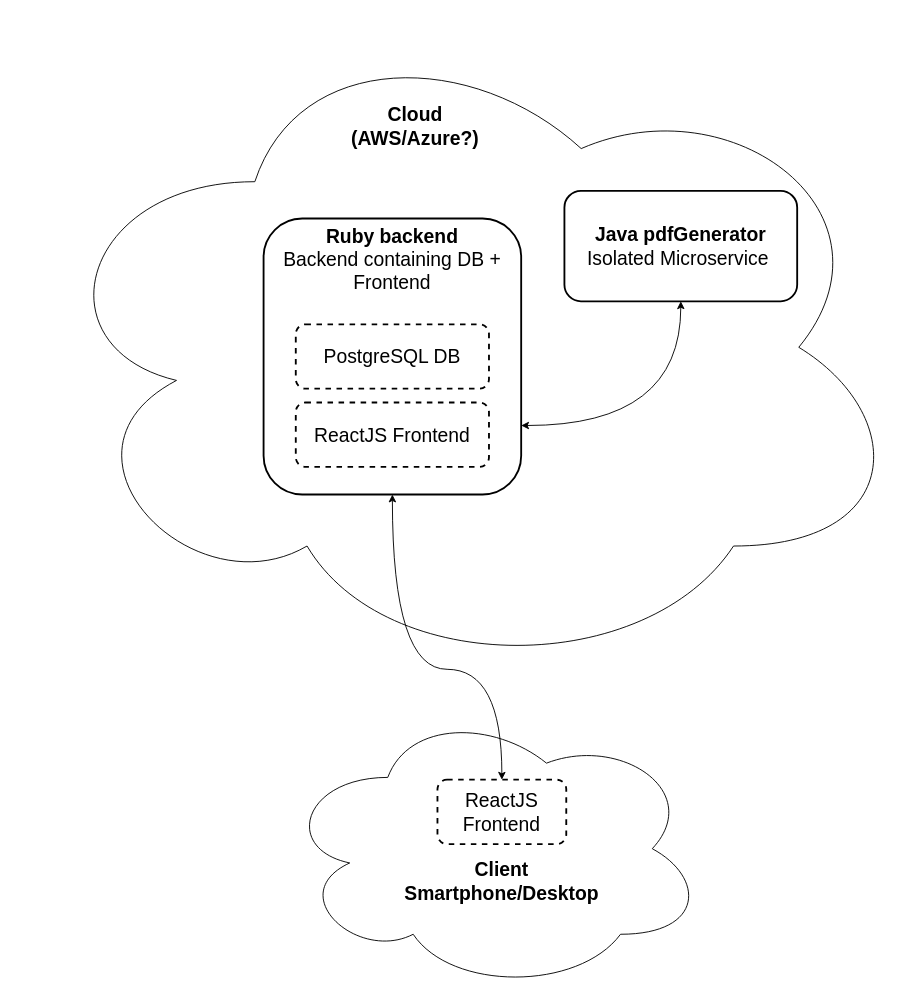
Earlier version of the draw.io diagram Documents/Architecture Design.drawio (UnifiedCalculation/UniCalc_doc). Source tidied: cells renumbered, new cells numbered last; positions are measured from the earlier drawing's top-left corner, leaving out a move shared by most shapes. Both pictures are drawn from the tidied source at 92%, with x=0, y=0 at pixel (37, 16).
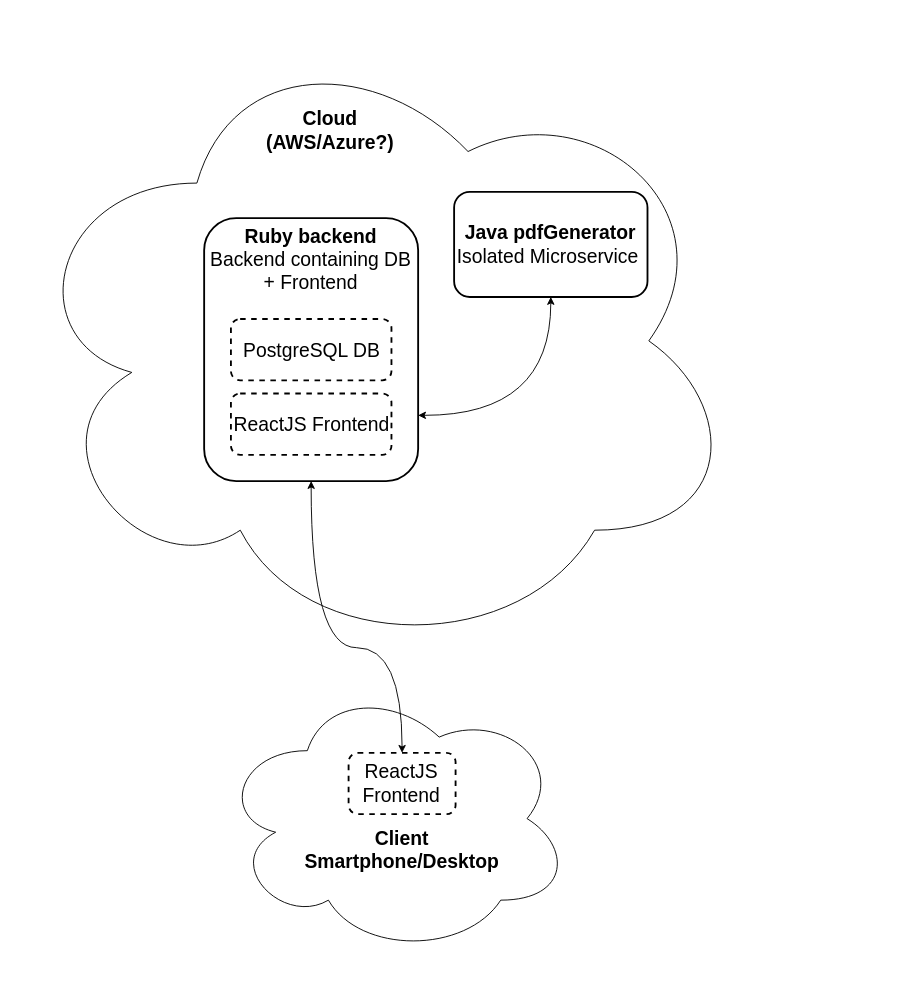
Above is the later version.

The edit, as a diff of the source:
```diff
@@
 <mxGraphModel>
   <root>
     <mxCell id="0" />
     <mxCell id="1" parent="0" />
+    <mxCell id="14" style="group;" parent="1" vertex="1">
+      <mxGeometry x="-23" y="10" width="786" height="1010" as="geometry" />
+    </mxCell>
-    <mxCell id="2" style="ellipse;shape=cloud;whiteSpace=wrap;html=1;" parent="1" vertex="1">
-      <mxGeometry width="946" height="720" as="geometry" />
+    <mxCell id="2" style="ellipse;shape=cloud;whiteSpace=wrap;html=1;" parent="14" vertex="1">
+      <mxGeometry width="786" height="686" as="geometry" />
     </mxCell>
-    <mxCell id="3" value="Cloud (AWS/Azure?)" style="text;html=1;strokeColor=none;fillColor=none;align=center;verticalAlign=middle;whiteSpace=wrap;rounded=0;strokeWidth=2;fontSize=21;fontStyle=1;" parent="1" vertex="1">
-      <mxGeometry x="326" y="110" width="170" height="20" as="geometry" />
+    <mxCell id="3" value="Cloud (AWS/Azure?)" style="text;html=1;strokeColor=none;fillColor=none;align=center;verticalAlign=middle;whiteSpace=wrap;rounded=0;strokeWidth=2;fontSize=21;fontStyle=1;" parent="14" vertex="1">
+      <mxGeometry x="270.9" y="104.8" width="141.2" height="19.1" as="geometry" />
     </mxCell>
-    <mxCell id="4" value="&lt;b&gt;Java&amp;nbsp;&lt;/b&gt;&lt;b&gt;pdfGenerator&lt;/b&gt;&lt;br&gt;Isolated Microservice&amp;nbsp;" style="rounded=1;whiteSpace=wrap;html=1;strokeWidth=2;fontSize=21;" parent="1" vertex="1">
-      <mxGeometry x="573" y="190" width="253" height="120" as="geometry" />
+    <mxCell id="4" value="&lt;b&gt;Java&amp;nbsp;&lt;/b&gt;&lt;b&gt;pdfGenerator&lt;/b&gt;&lt;br&gt;Isolated Microservice&amp;nbsp;" style="rounded=1;whiteSpace=wrap;html=1;strokeWidth=2;fontSize=21;" parent="14" vertex="1">
+      <mxGeometry x="476.1" y="181" width="210.2" height="114.3" as="geometry" />
     </mxCell>
-    <mxCell id="5" style="ellipse;shape=cloud;whiteSpace=wrap;html=1;" parent="1" vertex="1">
-      <mxGeometry x="266" y="750" width="460" height="310" as="geometry" />
+    <mxCell id="5" style="ellipse;shape=cloud;whiteSpace=wrap;html=1;" parent="14" vertex="1">
+      <mxGeometry x="221" y="714.6" width="382.2" height="295.4" as="geometry" />
     </mxCell>
-    <mxCell id="6" value="ReactJS Frontend" style="rounded=1;whiteSpace=wrap;html=1;strokeWidth=2;fontSize=21;align=center;dashed=1;" parent="1" vertex="1">
-      <mxGeometry x="435" y="830" width="140" height="70" as="geometry" />
+    <mxCell id="6" value="ReactJS Frontend" style="rounded=1;whiteSpace=wrap;html=1;strokeWidth=2;fontSize=21;align=center;dashed=1;" parent="14" vertex="1">
+      <mxGeometry x="361.4" y="790.8" width="116.3" height="66.7" as="geometry" />
     </mxCell>
-    <mxCell id="7" value="Client&lt;br&gt;Smartphone/Desktop" style="text;html=1;strokeColor=none;fillColor=none;align=center;verticalAlign=middle;whiteSpace=wrap;rounded=0;strokeWidth=2;fontSize=21;fontStyle=1;" parent="1" vertex="1">
-      <mxGeometry x="420" y="930" width="170" height="20" as="geometry" />
+    <mxCell id="7" value="Client&lt;br&gt;Smartphone/Desktop" style="text;html=1;strokeColor=none;fillColor=none;align=center;verticalAlign=middle;whiteSpace=wrap;rounded=0;strokeWidth=2;fontSize=21;fontStyle=1;" parent="14" vertex="1">
+      <mxGeometry x="349" y="886.1" width="141.2" height="19.1" as="geometry" />
     </mxCell>
-    <mxCell id="8" style="endArrow=classic;startArrow=classic;html=1;fontSize=21;exitX=0.5;exitY=0;exitDx=0;exitDy=0;entryX=0.5;entryY=1;entryDx=0;entryDy=0;edgeStyle=orthogonalEdgeStyle;curved=1;" parent="1" edge="1" source="6" target="11">
+    <mxCell id="8" style="endArrow=classic;startArrow=classic;html=1;fontSize=21;exitX=0.5;exitY=0;exitDx=0;exitDy=0;entryX=0.5;entryY=1;entryDx=0;entryDy=0;edgeStyle=orthogonalEdgeStyle;curved=1;" parent="14" edge="1" source="6" target="11">
       <mxGeometry relative="1" as="geometry">
         <Array as="points">
-          <mxPoint x="505" y="710" />
-          <mxPoint x="386" y="710" />
+          <mxPoint x="419.6" y="676.5" />
+          <mxPoint x="320.7" y="676.5" />
         </Array>
       </mxGeometry>
     </mxCell>
-    <mxCell id="9" style="endArrow=classic;startArrow=classic;html=1;fontSize=21;exitX=1;exitY=0.75;exitDx=0;exitDy=0;entryX=0.5;entryY=1;entryDx=0;entryDy=0;edgeStyle=orthogonalEdgeStyle;curved=1;" parent="1" edge="1" source="11" target="4">
+    <mxCell id="9" style="endArrow=classic;startArrow=classic;html=1;fontSize=21;exitX=1;exitY=0.75;exitDx=0;exitDy=0;entryX=0.5;entryY=1;entryDx=0;entryDy=0;edgeStyle=orthogonalEdgeStyle;curved=1;" parent="14" edge="1" source="11" target="4">
       <mxGeometry relative="1" as="geometry" />
     </mxCell>
-    <mxCell id="10" style="group;" parent="1" vertex="1">
-      <mxGeometry x="246" y="220" width="280" height="300" as="geometry" />
+    <mxCell id="10" style="group;" parent="14" vertex="1">
+      <mxGeometry x="204.4" y="209.6" width="232.6" height="285.8" as="geometry" />
     </mxCell>
     <mxCell id="11" value="&lt;b&gt;Ruby backend&lt;/b&gt;&lt;br&gt;Backend containing DB + Frontend" style="rounded=1;whiteSpace=wrap;html=1;strokeWidth=2;fontSize=21;align=center;verticalAlign=top;" parent="10" vertex="1">
-      <mxGeometry width="280" height="300" as="geometry" />
+      <mxGeometry width="232.6" height="285.8" as="geometry" />
     </mxCell>
     <mxCell id="12" value="ReactJS Frontend" style="rounded=1;whiteSpace=wrap;html=1;strokeWidth=2;fontSize=21;align=center;dashed=1;" parent="10" vertex="1">
-      <mxGeometry x="35" y="200" width="210" height="70" as="geometry" />
+      <mxGeometry x="29.1" y="190.6" width="174.5" height="66.7" as="geometry" />
     </mxCell>
     <mxCell id="13" value="PostgreSQL DB" style="rounded=1;whiteSpace=wrap;html=1;strokeWidth=2;fontSize=21;align=center;dashed=1;" parent="10" vertex="1">
-      <mxGeometry x="35" y="115" width="210" height="70" as="geometry" />
+      <mxGeometry x="29.1" y="109.6" width="174.5" height="66.7" as="geometry" />
     </mxCell>
   </root>
 </mxGraphModel>
```
